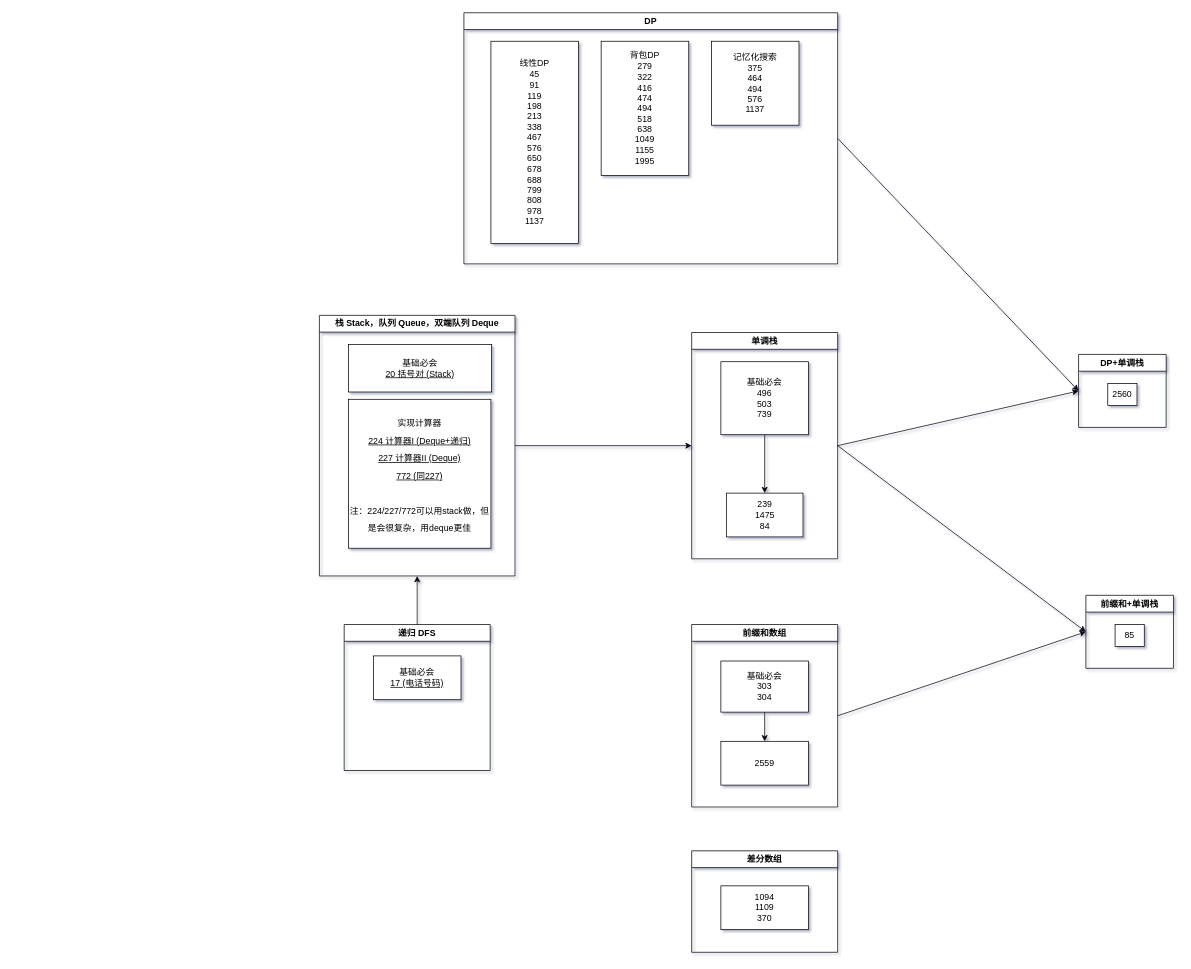
The draw.io diagram drawio/map.drawio in jssonx/algo-playground, before the edit. Source tidied: cells renumbered, new cells numbered last; positions are measured from the earlier drawing's top-left corner, leaving out a move shared by most shapes. Both pictures are drawn from the tidied source at 73%, with x=0, y=0 at pixel (319, 12).
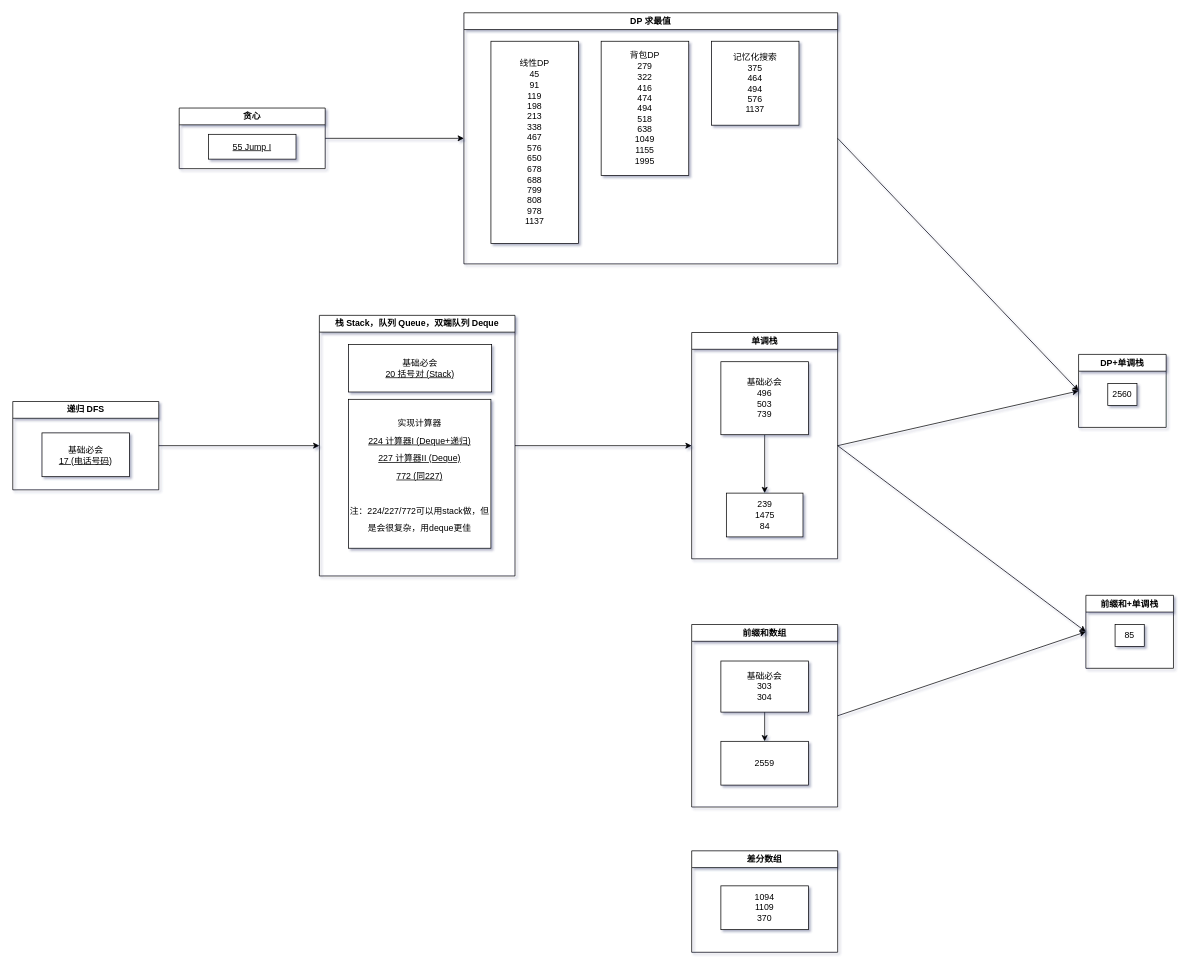
The same diagram, later.

The change refers to these unchanged cells:
```xml
<mxCell id="22" value="栈 Stack，队列 Queue，双端队列 Deque" style="swimlane;whiteSpace=wrap;html=1;rounded=0;" parent="1" vertex="1">
  <mxGeometry y="414.5" width="268" height="357" as="geometry" />
</mxCell>
```

Diff of the diagram source:
```diff
@@
-    <mxCell id="18" value="DP" style="swimlane;whiteSpace=wrap;html=1;rounded=0;" parent="1" vertex="1">
+    <mxCell id="18" value="DP 求最值" style="swimlane;whiteSpace=wrap;html=1;rounded=0;" parent="1" vertex="1">
       <mxGeometry x="198" width="512" height="344" as="geometry" />
     </mxCell>
@@
-    <mxCell id="25" style="edgeStyle=none;html=1;exitX=0.5;exitY=0;exitDx=0;exitDy=0;entryX=0.5;entryY=1;entryDx=0;entryDy=0;fontFamily=Helvetica;" parent="1" edge="1" source="26" target="22">
+    <mxCell id="25" style="edgeStyle=none;html=1;exitX=1;exitY=0.5;exitDx=0;exitDy=0;entryX=0;entryY=0.5;entryDx=0;entryDy=0;fontFamily=Helvetica;" parent="1" edge="1" source="26" target="22">
       <mxGeometry relative="1" as="geometry" />
     </mxCell>
     <mxCell id="26" value="递归 DFS" style="swimlane;whiteSpace=wrap;html=1;fontFamily=Helvetica;" parent="1" vertex="1">
-      <mxGeometry x="34" y="838" width="200" height="200" as="geometry" />
+      <mxGeometry x="-420" y="532.5" width="200" height="121" as="geometry" />
     </mxCell>
@@
+    <mxCell id="31" style="edgeStyle=none;html=1;exitX=1;exitY=0.5;exitDx=0;exitDy=0;entryX=0;entryY=0.5;entryDx=0;entryDy=0;" parent="1" edge="1" source="32" target="18">
+      <mxGeometry relative="1" as="geometry" />
+    </mxCell>
+    <mxCell id="32" value="贪心" style="swimlane;whiteSpace=wrap;html=1;" parent="1" vertex="1">
+      <mxGeometry x="-192" y="130.5" width="200" height="83" as="geometry" />
+    </mxCell>
+    <mxCell id="33" value="&lt;u&gt;55 Jump I&lt;/u&gt;" style="whiteSpace=wrap;html=1;" parent="32" vertex="1">
+      <mxGeometry x="40" y="36" width="120" height="34" as="geometry" />
+    </mxCell>
```
